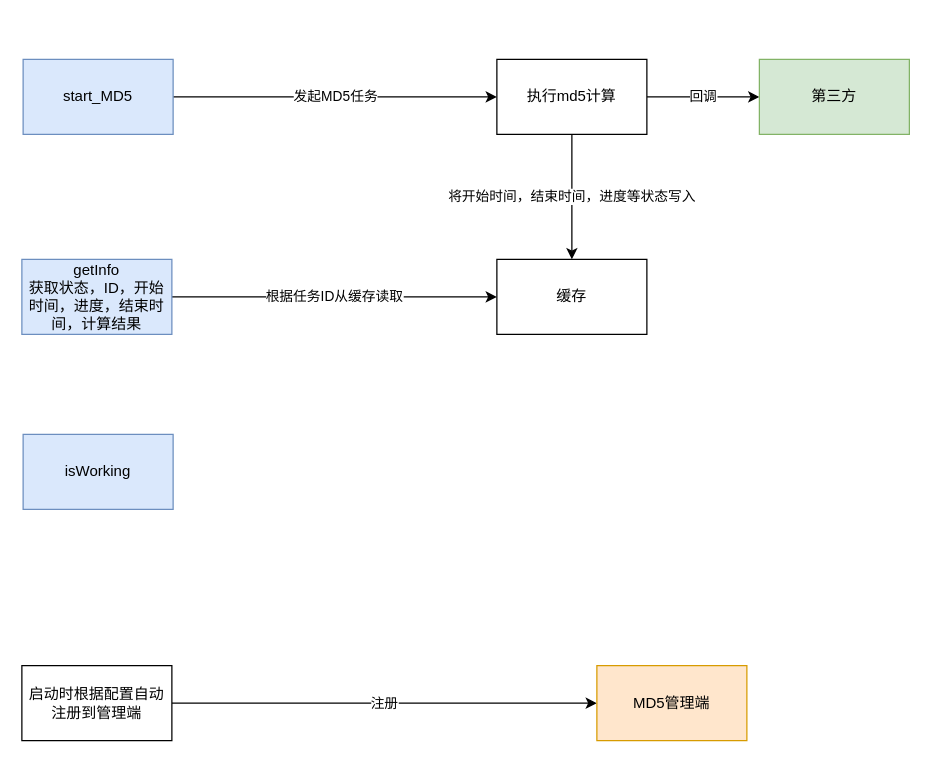
Before: page "MD5执行端" (1 of 3) of md5.drawio in yzykami/MD5_draw, a draw.io diagram. Source tidied: cells renumbered, new cells numbered last; positions are measured from the earlier drawing's top-left corner, leaving out a move shared by most shapes. Both pictures are drawn from the tidied source at 125%, with x=0, y=0 at pixel (21, 59).
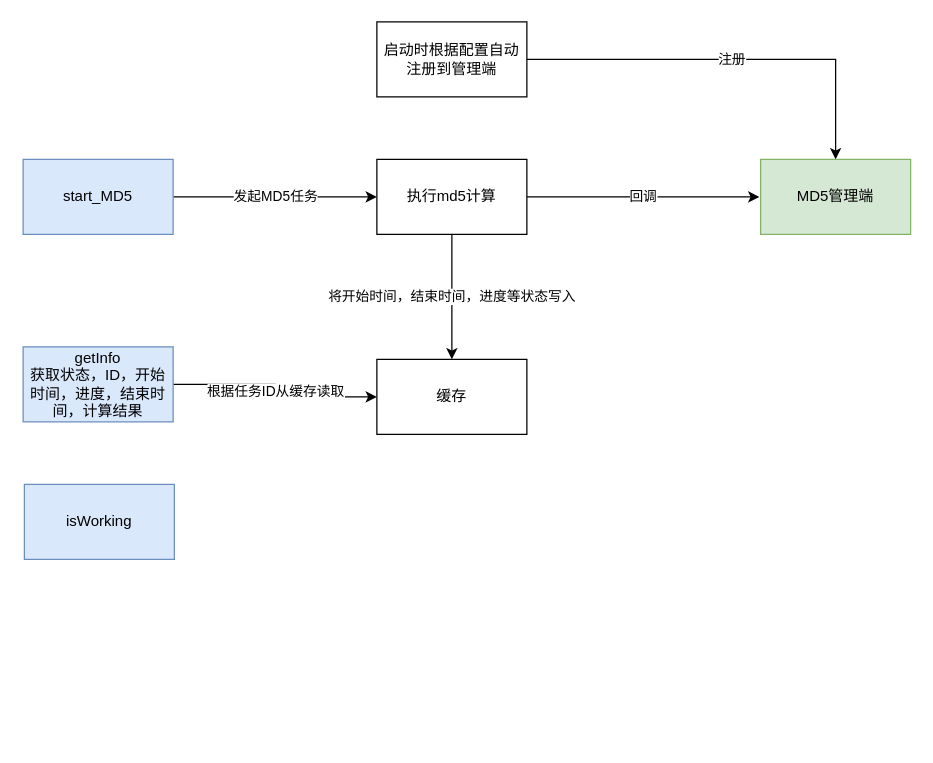
After the change.

The edit, as a diff of the source:
```diff
@@
 <mxGraphModel>
   <root>
     <mxCell id="0" />
     <mxCell id="1" parent="0" />
     <mxCell id="2" value="发起MD5任务" style="edgeStyle=orthogonalEdgeStyle;rounded=0;jettySize=auto;html=1;entryX=0;entryY=0.5;entryDx=0;entryDy=0;" parent="1" edge="1" source="3" target="8">
       <mxGeometry relative="1" as="geometry" />
     </mxCell>
     <mxCell id="3" value="start_MD5" style="rounded=0;whiteSpace=wrap;html=1;fillColor=#dae8fc;strokeColor=#6c8ebf;" parent="1" vertex="1">
-      <mxGeometry x="1" width="120" height="60" as="geometry" />
+      <mxGeometry x="1" y="80" width="120" height="60" as="geometry" />
     </mxCell>
     <mxCell id="4" value="根据任务ID从缓存读取" style="edgeStyle=orthogonalEdgeStyle;rounded=0;jettySize=auto;html=1;" parent="1" edge="1" source="5" target="9">
       <mxGeometry relative="1" as="geometry" />
     </mxCell>
     <mxCell id="5" value="getInfo&lt;br&gt;获取状态，ID，开始时间，进度，结束时间，计算结果" style="rounded=0;whiteSpace=wrap;html=1;fillColor=#dae8fc;strokeColor=#6c8ebf;" parent="1" vertex="1">
-      <mxGeometry y="160" width="120" height="60" as="geometry" />
+      <mxGeometry x="1" y="230" width="120" height="60" as="geometry" />
     </mxCell>
     <mxCell id="6" value="将开始时间，结束时间，进度等状态写入" style="edgeStyle=orthogonalEdgeStyle;rounded=0;jettySize=auto;html=1;entryX=0.5;entryY=0;entryDx=0;entryDy=0;" parent="1" edge="1" source="8" target="9">
       <mxGeometry relative="1" as="geometry" />
     </mxCell>
-    <mxCell id="7" value="回调" style="edgeStyle=orthogonalEdgeStyle;rounded=0;jettySize=auto;html=1;" parent="1" edge="1" source="8" target="10">
-      <mxGeometry relative="1" as="geometry" />
+    <mxCell id="7" value="回调" style="edgeStyle=orthogonalEdgeStyle;rounded=0;jettySize=auto;html=1;" parent="1" edge="1" source="8">
+      <mxGeometry relative="1" as="geometry">
+        <mxPoint x="590" y="110" as="targetPoint" />
+      </mxGeometry>
     </mxCell>
     <mxCell id="8" value="执行md5计算" style="rounded=0;whiteSpace=wrap;html=1;" parent="1" vertex="1">
-      <mxGeometry x="380" width="120" height="60" as="geometry" />
+      <mxGeometry x="284" y="80" width="120" height="60" as="geometry" />
     </mxCell>
     <mxCell id="9" value="缓存" style="rounded=0;whiteSpace=wrap;html=1;" parent="1" vertex="1">
-      <mxGeometry x="380" y="160" width="120" height="60" as="geometry" />
+      <mxGeometry x="284" y="240" width="120" height="60" as="geometry" />
     </mxCell>
-    <mxCell id="10" value="第三方" style="rounded=0;whiteSpace=wrap;html=1;fillColor=#d5e8d4;strokeColor=#82b366;" parent="1" vertex="1">
-      <mxGeometry x="590" width="120" height="60" as="geometry" />
+    <mxCell id="10" value="MD5管理端" style="rounded=0;whiteSpace=wrap;html=1;fillColor=#d5e8d4;strokeColor=#82b366;" parent="1" vertex="1">
+      <mxGeometry x="591" y="80" width="120" height="60" as="geometry" />
     </mxCell>
     <mxCell id="11" value="isWorking" style="rounded=0;whiteSpace=wrap;html=1;fillColor=#dae8fc;strokeColor=#6c8ebf;" parent="1" vertex="1">
-      <mxGeometry x="1" y="300" width="120" height="60" as="geometry" />
+      <mxGeometry x="2" y="340" width="120" height="60" as="geometry" />
     </mxCell>
-    <mxCell id="12" value="注册" style="edgeStyle=orthogonalEdgeStyle;rounded=0;jettySize=auto;html=1;exitX=1;exitY=0.5;exitDx=0;exitDy=0;entryX=0;entryY=0.5;entryDx=0;entryDy=0;" parent="1" edge="1" source="13" target="14">
+    <mxCell id="12" value="注册" style="edgeStyle=orthogonalEdgeStyle;rounded=0;jettySize=auto;html=1;exitX=1;exitY=0.5;exitDx=0;exitDy=0;entryX=0.5;entryY=0;entryDx=0;entryDy=0;" parent="1" edge="1" source="13" target="10">
       <mxGeometry relative="1" as="geometry" />
     </mxCell>
     <mxCell id="13" value="启动时根据配置自动注册到管理端" style="rounded=0;whiteSpace=wrap;html=1;" parent="1" vertex="1">
-      <mxGeometry y="485" width="120" height="60" as="geometry" />
+      <mxGeometry x="284" y="-30" width="120" height="60" as="geometry" />
     </mxCell>
-    <mxCell id="14" value="MD5管理端" style="rounded=0;whiteSpace=wrap;html=1;fillColor=#ffe6cc;strokeColor=#d79b00;" parent="1" vertex="1">
-      <mxGeometry x="460" y="485" width="120" height="60" as="geometry" />
-    </mxCell>
   </root>
 </mxGraphModel>
```
